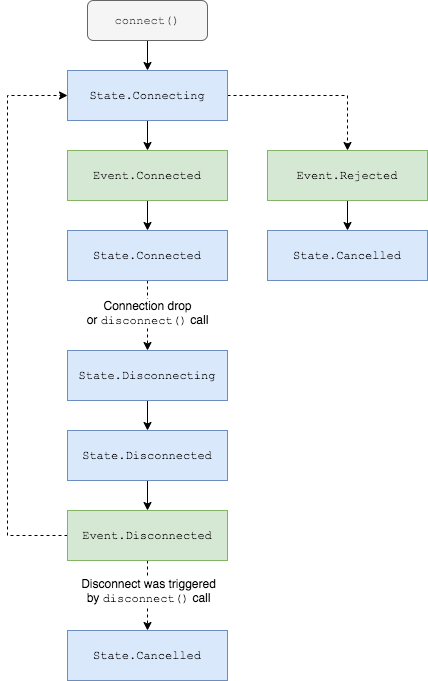
Above: keep-alive/artwork/state-and-event-flow.png in JuulLabs/able (draw.io), before the change. Source tidied: cells renumbered, new cells last; positions are measured from the earlier drawing's top-left corner, leaving out a move shared by most shapes.
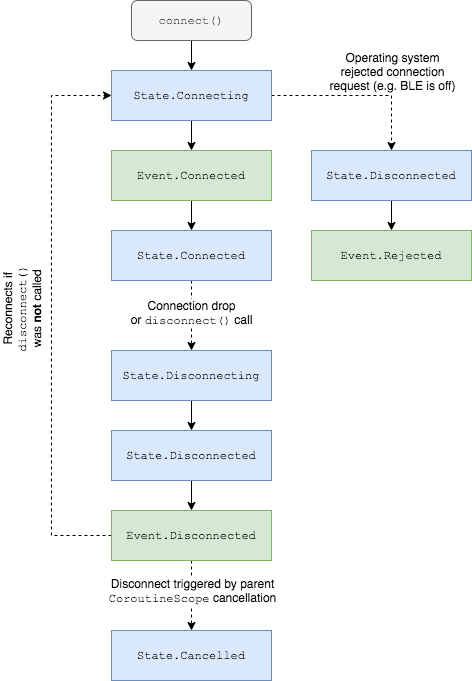
After the commit.

What changed in the source:
```diff
@@ -2,11 +2,8 @@
   <root>
     <mxCell id="0" />
     <mxCell id="1" parent="0" />
-    <mxCell id="2" style="edgeStyle=orthogonalEdgeStyle;rounded=0;jettySize=auto;html=1;exitX=0.5;exitY=1;exitDx=0;exitDy=0;entryX=0.5;entryY=0;entryDx=0;entryDy=0;fontFamily=Courier New;" parent="1" edge="1" source="3" target="22">
-      <mxGeometry relative="1" as="geometry" />
-    </mxCell>
     <mxCell id="3" value="Event.Rejected" style="rounded=0;whiteSpace=wrap;html=1;fontFamily=Courier New;fillColor=#d5e8d4;strokeColor=#82b366;" parent="1" vertex="1">
-      <mxGeometry x="260" y="150" width="160" height="50" as="geometry" />
+      <mxGeometry x="260" y="230" width="160" height="50" as="geometry" />
     </mxCell>
     <mxCell id="4" style="edgeStyle=orthogonalEdgeStyle;rounded=0;jettySize=auto;html=1;exitX=0.5;exitY=1;exitDx=0;exitDy=0;entryX=0.5;entryY=0;entryDx=0;entryDy=0;fontFamily=Courier New;" parent="1" edge="1" source="5" target="17">
       <mxGeometry relative="1" as="geometry" />
@@ -17,7 +14,7 @@
     <mxCell id="6" style="edgeStyle=orthogonalEdgeStyle;rounded=0;jettySize=auto;html=1;exitX=0.5;exitY=1;exitDx=0;exitDy=0;entryX=0.5;entryY=0;entryDx=0;entryDy=0;dashed=1;fontFamily=Courier New;fontSize=12;" parent="1" edge="1" source="9" target="23">
       <mxGeometry relative="1" as="geometry" />
     </mxCell>
-    <mxCell id="7" value="Disconnect was triggered&lt;br&gt;by &lt;font face=&quot;Courier New&quot;&gt;disconnect()&lt;/font&gt; call" style="edgeLabel;html=1;align=center;verticalAlign=middle;fontSize=12;fontFamily=Helvetica;" parent="6" vertex="1">
+    <mxCell id="7" value="Disconnect triggered by parent&lt;br&gt;&lt;font face=&quot;Courier New&quot;&gt;CoroutineScope&lt;/font&gt; cancellation" style="edgeLabel;html=1;align=center;verticalAlign=middle;fontSize=12;fontFamily=Helvetica;" parent="6" vertex="1">
       <mxGeometry x="0.03" relative="1" as="geometry">
         <mxPoint y="-6" as="offset" />
       </mxGeometry>
@@ -30,6 +27,11 @@
         </Array>
       </mxGeometry>
     </mxCell>
+    <mxCell id="24" value="Reconnects if&lt;br style=&quot;font-size: 12px;&quot;&gt;&lt;font face=&quot;Courier New&quot; style=&quot;font-size: 12px;&quot;&gt;disconnect()&lt;/font&gt;&lt;br style=&quot;font-size: 12px;&quot;&gt;was &lt;b style=&quot;font-size: 12px;&quot;&gt;not&lt;/b&gt;&amp;nbsp;called" style="edgeLabel;html=1;align=center;verticalAlign=middle;rotation=270;fontSize=12;" parent="8" vertex="1">
+      <mxGeometry x="0.06" relative="1" as="geometry">
+        <mxPoint x="-30" y="11" as="offset" />
+      </mxGeometry>
+    </mxCell>
     <mxCell id="9" value="Event.Disconnected" style="rounded=0;whiteSpace=wrap;html=1;fontFamily=Courier New;fillColor=#d5e8d4;strokeColor=#82b366;" parent="1" vertex="1">
       <mxGeometry x="60" y="510" width="160" height="50" as="geometry" />
     </mxCell>
@@ -42,9 +44,14 @@
     <mxCell id="12" style="edgeStyle=orthogonalEdgeStyle;rounded=0;jettySize=auto;html=1;exitX=0.5;exitY=1;exitDx=0;exitDy=0;entryX=0.5;entryY=0;entryDx=0;entryDy=0;fontFamily=Courier New;" parent="1" edge="1" source="14" target="5">
       <mxGeometry relative="1" as="geometry" />
     </mxCell>
-    <mxCell id="13" style="edgeStyle=orthogonalEdgeStyle;rounded=0;jettySize=auto;html=1;exitX=1;exitY=0.5;exitDx=0;exitDy=0;entryX=0.5;entryY=0;entryDx=0;entryDy=0;fontFamily=Courier New;dashed=1;" parent="1" edge="1" source="14" target="3">
-      <mxGeometry relative="1" as="geometry" />
-    </mxCell>
+    <mxCell id="25" style="edgeStyle=orthogonalEdgeStyle;rounded=0;jettySize=auto;html=1;exitX=1;exitY=0.5;exitDx=0;exitDy=0;entryX=0.5;entryY=0;entryDx=0;entryDy=0;fontSize=12;dashed=1;" parent="1" edge="1" source="14" target="22">
+      <mxGeometry relative="1" as="geometry" />
+    </mxCell>
+    <mxCell id="26" value="Operating system&lt;br&gt;rejected connection&lt;br&gt;request (e.g. BLE is off)" style="edgeLabel;html=1;align=center;verticalAlign=middle;fontSize=12;" parent="25" vertex="1">
+      <mxGeometry x="-0.01" y="2" relative="1" as="geometry">
+        <mxPoint x="33" y="-23" as="offset" />
+      </mxGeometry>
+    </mxCell>
     <mxCell id="14" value="State.Connecting" style="rounded=0;whiteSpace=wrap;html=1;fontFamily=Courier New;fillColor=#dae8fc;strokeColor=#6c8ebf;" parent="1" vertex="1">
       <mxGeometry x="60" y="70" width="160" height="50" as="geometry" />
     </mxCell>
@@ -71,8 +78,11 @@
     <mxCell id="21" value="State.Disconnected" style="rounded=0;whiteSpace=wrap;html=1;fontFamily=Courier New;fillColor=#dae8fc;strokeColor=#6c8ebf;" parent="1" vertex="1">
       <mxGeometry x="60" y="430" width="160" height="50" as="geometry" />
     </mxCell>
+    <mxCell id="27" style="edgeStyle=orthogonalEdgeStyle;rounded=0;jettySize=auto;html=1;exitX=0.5;exitY=1;exitDx=0;exitDy=0;entryX=0.5;entryY=0;entryDx=0;entryDy=0;fontSize=12;" parent="1" edge="1" source="22" target="3">
+      <mxGeometry relative="1" as="geometry" />
+    </mxCell>
-    <mxCell id="22" value="State.Cancelled" style="rounded=0;whiteSpace=wrap;html=1;fontFamily=Courier New;fillColor=#dae8fc;strokeColor=#6c8ebf;" parent="1" vertex="1">
-      <mxGeometry x="260" y="230" width="160" height="50" as="geometry" />
+    <mxCell id="22" value="State.Disconnected" style="rounded=0;whiteSpace=wrap;html=1;fontFamily=Courier New;fillColor=#dae8fc;strokeColor=#6c8ebf;" parent="1" vertex="1">
+      <mxGeometry x="260" y="150" width="160" height="50" as="geometry" />
     </mxCell>
     <mxCell id="23" value="State.Cancelled" style="rounded=0;whiteSpace=wrap;html=1;fontFamily=Courier New;fillColor=#dae8fc;strokeColor=#6c8ebf;" parent="1" vertex="1">
       <mxGeometry x="60" y="630" width="160" height="50" as="geometry" />
```
